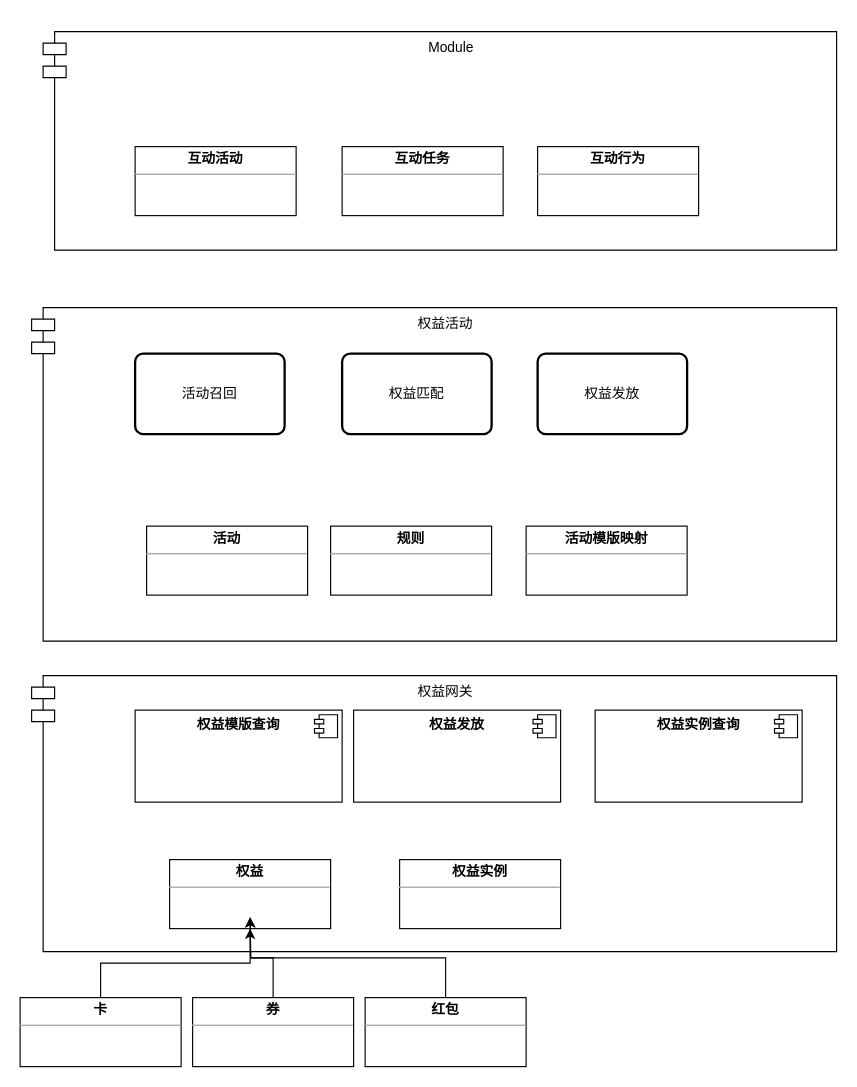
Before: Untitled Diagram.drawio in nomouse/learn, a draw.io diagram. Source tidied: cells renumbered, new cells numbered last; positions are measured from the earlier drawing's top-left corner, leaving out a move shared by most shapes. Both pictures are drawn from the tidied source at 115%, with x=0, y=0 at pixel (20, 31).
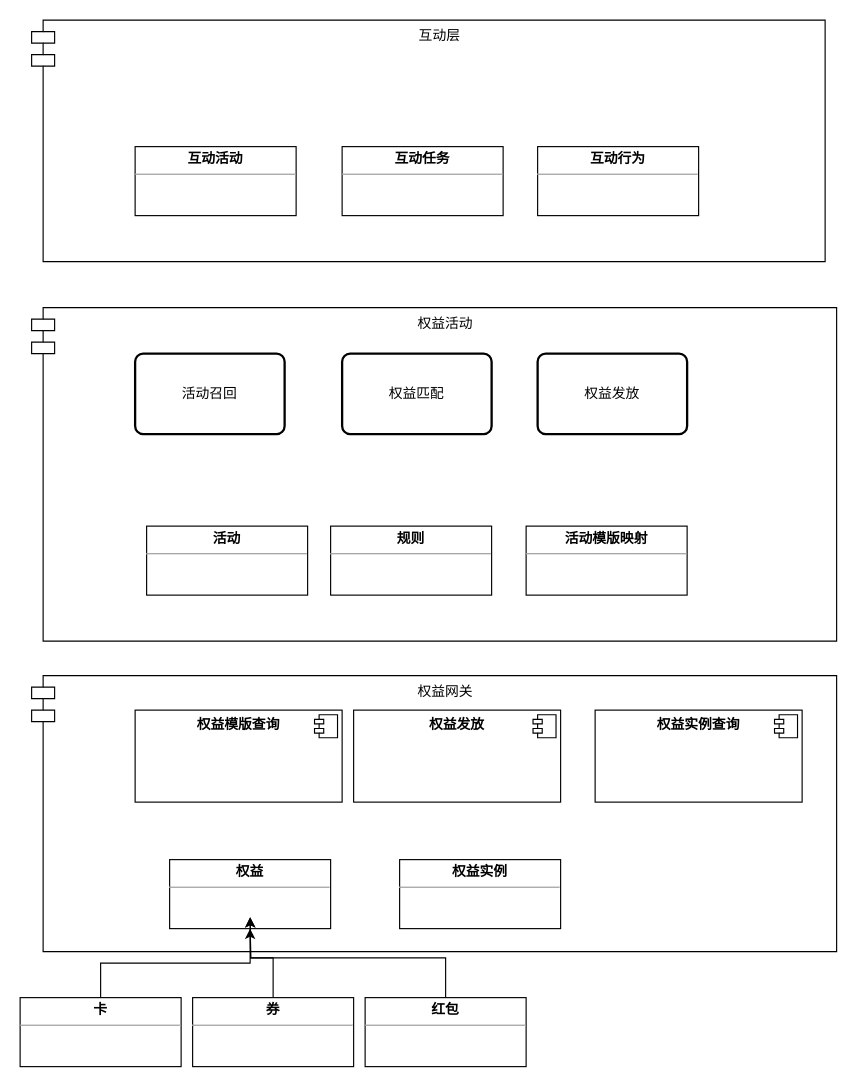
The same page after the edit.

The edit, as a diff of the source:
```diff
@@
-    <mxCell id="24" value="Module" style="shape=module;align=left;spacingLeft=20;align=center;verticalAlign=top;" parent="1" vertex="1">
-      <mxGeometry x="20" width="690" height="190" as="geometry" />
+    <mxCell id="24" value="互动层" style="shape=module;align=left;spacingLeft=20;align=center;verticalAlign=top;" parent="1" vertex="1">
+      <mxGeometry x="10" y="-10" width="690" height="210" as="geometry" />
     </mxCell>
```
